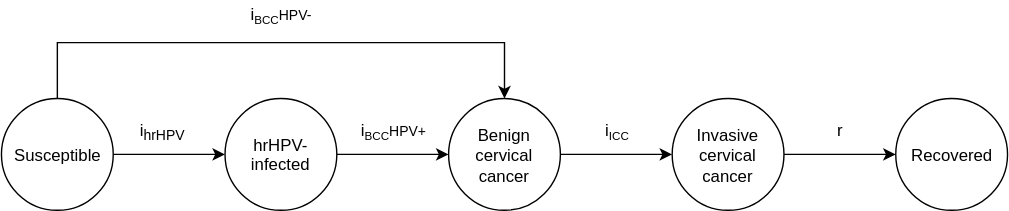
Before: docs/source/gbd2017_models/causes/neoplasms/cervical_cancer/cervical_cancer_cause_model_diagram.svg, a diagram exported from draw.io (ihmeuw/vivarium_research). Source tidied: cells renumbered, new cells last; positions are measured from the earlier drawing's top-left corner, leaving out a move shared by most shapes.
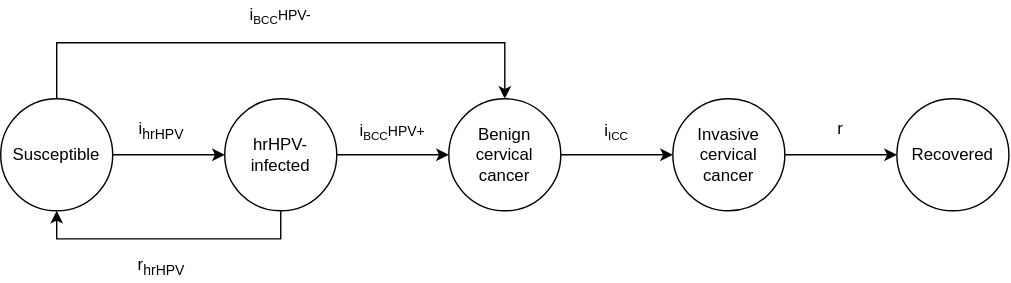
After the change.

Commit message:
added hpv clearance in compartmental diagram and transition table

The edit, as a diff of the source:
```diff
@@ -49,6 +49,16 @@
     <mxCell id="15" style="edgeStyle=orthogonalEdgeStyle;rounded=0;jettySize=auto;html=1;exitX=1;exitY=0.5;exitDx=0;exitDy=0;entryX=0;entryY=0.5;entryDx=0;entryDy=0;" parent="1" edge="1" source="16" target="6">
       <mxGeometry relative="1" as="geometry" />
     </mxCell>
+    <mxCell id="20" style="edgeStyle=orthogonalEdgeStyle;rounded=0;jettySize=auto;html=1;entryX=0.5;entryY=1;entryDx=0;entryDy=0;" parent="1" edge="1" target="4">
+      <mxGeometry relative="1" as="geometry">
+        <mxPoint x="200" y="160" as="sourcePoint" />
+        <Array as="points">
+          <mxPoint x="200" y="110" />
+          <mxPoint x="200" y="170" />
+          <mxPoint x="40" y="170" />
+        </Array>
+      </mxGeometry>
+    </mxCell>
     <mxCell id="16" style="ellipse;whiteSpace=wrap;html=1;" parent="1" vertex="1">
       <mxGeometry x="160" y="70" width="80" height="80" as="geometry" />
     </mxCell>
@@ -61,5 +71,8 @@
     <mxCell id="19" value="i&lt;sub&gt;hrHPV&lt;/sub&gt;" style="text;html=1;strokeColor=none;fillColor=none;align=center;verticalAlign=middle;whiteSpace=wrap;rounded=0;" parent="1" vertex="1">
       <mxGeometry x="95" y="83" width="40" height="20" as="geometry" />
     </mxCell>
+    <mxCell id="21" value="&lt;span style=&quot;font-size: 12px&quot;&gt;r&lt;/span&gt;&lt;sub&gt;hrHPV&lt;/sub&gt;" style="text;html=1;strokeColor=none;fillColor=none;align=center;verticalAlign=middle;whiteSpace=wrap;rounded=0;" parent="1" vertex="1">
+      <mxGeometry x="95" y="180" width="40" height="20" as="geometry" />
+    </mxCell>
   </root>
 </mxGraphModel>
```
